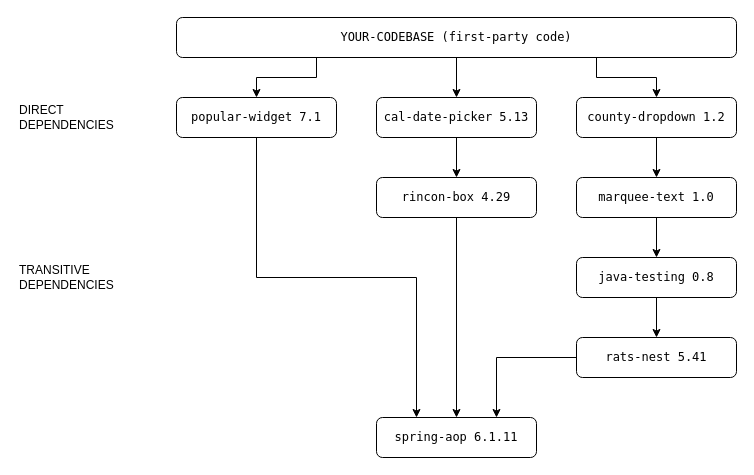
Before: Reachability.drawio in s-santillan/semgrep-docs-diagrams, a draw.io diagram. Source tidied: cells renumbered, new cells numbered last; positions are measured from the earlier drawing's top-left corner, leaving out a move shared by most shapes. Both pictures are drawn from the tidied source at 100%, with x=0, y=0 at pixel (17, 17).
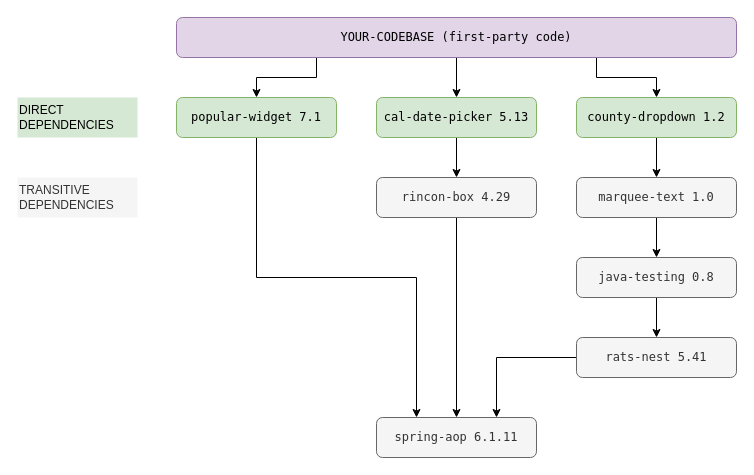
Above is the later version.

Diff of the diagram source:
```diff
@@
-    <mxCell id="2" value="spring-aop 6.1.11" style="whiteSpace=wrap;html=1;rounded=1;fontFamily=Lucida Console;" parent="1" vertex="1">
+    <mxCell id="2" value="spring-aop 6.1.11" style="whiteSpace=wrap;html=1;rounded=1;fontFamily=Lucida Console;fillColor=#f5f5f5;fontColor=#333333;strokeColor=#666666;" parent="1" vertex="1">
       <mxGeometry x="359" y="400" width="160" height="40" as="geometry" />
     </mxCell>
@@
-    <mxCell id="6" value="YOUR-CODEBASE (first-party code)" style="whiteSpace=wrap;html=1;rounded=1;fontFamily=Lucida Console;" parent="1" vertex="1">
+    <mxCell id="6" value="YOUR-CODEBASE (first-party code)" style="whiteSpace=wrap;html=1;rounded=1;fontFamily=Lucida Console;fillColor=#e1d5e7;strokeColor=#9673a6;" parent="1" vertex="1">
       <mxGeometry x="159" width="560" height="40" as="geometry" />
     </mxCell>
@@
-    <mxCell id="8" value="cal-date-picker 5.13" style="whiteSpace=wrap;html=1;rounded=1;fontFamily=Lucida Console;" parent="1" vertex="1">
+    <mxCell id="8" value="cal-date-picker 5.13" style="whiteSpace=wrap;html=1;rounded=1;fontFamily=Lucida Console;fillColor=#d5e8d4;strokeColor=#82b366;" parent="1" vertex="1">
       <mxGeometry x="359" y="80" width="160" height="40" as="geometry" />
     </mxCell>
@@
-    <mxCell id="10" value="popular-widget 7.1" style="whiteSpace=wrap;html=1;rounded=1;fontFamily=Lucida Console;" parent="1" vertex="1">
+    <mxCell id="10" value="popular-widget 7.1" style="whiteSpace=wrap;html=1;rounded=1;fontFamily=Lucida Console;fillColor=#d5e8d4;strokeColor=#82b366;" parent="1" vertex="1">
       <mxGeometry x="159" y="80" width="160" height="40" as="geometry" />
     </mxCell>
@@
-    <mxCell id="12" value="county-dropdown 1.2" style="whiteSpace=wrap;html=1;rounded=1;fontFamily=Lucida Console;" parent="1" vertex="1">
+    <mxCell id="12" value="county-dropdown 1.2" style="whiteSpace=wrap;html=1;rounded=1;fontFamily=Lucida Console;fillColor=#d5e8d4;strokeColor=#82b366;" parent="1" vertex="1">
       <mxGeometry x="559" y="80" width="160" height="40" as="geometry" />
     </mxCell>
@@
-    <mxCell id="14" value="rincon-box 4.29" style="whiteSpace=wrap;html=1;rounded=1;fontFamily=Lucida Console;" parent="1" vertex="1">
+    <mxCell id="14" value="rincon-box 4.29" style="whiteSpace=wrap;html=1;rounded=1;fontFamily=Lucida Console;fillColor=#f5f5f5;fontColor=#333333;strokeColor=#666666;" parent="1" vertex="1">
       <mxGeometry x="359" y="160" width="160" height="40" as="geometry" />
     </mxCell>
@@
-    <mxCell id="16" value="marquee-text 1.0" style="whiteSpace=wrap;html=1;rounded=1;fontFamily=Lucida Console;" parent="1" vertex="1">
+    <mxCell id="16" value="marquee-text 1.0" style="whiteSpace=wrap;html=1;rounded=1;fontFamily=Lucida Console;fillColor=#f5f5f5;fontColor=#333333;strokeColor=#666666;" parent="1" vertex="1">
       <mxGeometry x="559" y="160" width="160" height="40" as="geometry" />
     </mxCell>
@@
-    <mxCell id="18" value="java-testing 0.8" style="whiteSpace=wrap;html=1;rounded=1;fontFamily=Lucida Console;" parent="1" vertex="1">
+    <mxCell id="18" value="java-testing 0.8" style="whiteSpace=wrap;html=1;rounded=1;fontFamily=Lucida Console;fillColor=#f5f5f5;fontColor=#333333;strokeColor=#666666;" parent="1" vertex="1">
       <mxGeometry x="559" y="240" width="160" height="40" as="geometry" />
     </mxCell>
@@
-    <mxCell id="20" value="rats-nest 5.41" style="whiteSpace=wrap;html=1;rounded=1;fontFamily=Lucida Console;" parent="1" vertex="1">
+    <mxCell id="20" value="rats-nest 5.41" style="whiteSpace=wrap;html=1;rounded=1;fontFamily=Lucida Console;fillColor=#f5f5f5;fontColor=#333333;strokeColor=#666666;" parent="1" vertex="1">
       <mxGeometry x="559" y="320" width="160" height="40" as="geometry" />
     </mxCell>
-    <mxCell id="21" value="TRANSITIVE DEPENDENCIES" style="text;html=1;align=left;verticalAlign=middle;whiteSpace=wrap;rounded=0;" parent="1" vertex="1">
-      <mxGeometry y="240" width="120" height="40" as="geometry" />
+    <mxCell id="21" value="TRANSITIVE DEPENDENCIES" style="text;html=1;align=left;verticalAlign=middle;whiteSpace=wrap;rounded=0;fillColor=#f5f5f5;fontColor=#333333;strokeColor=none;" parent="1" vertex="1">
+      <mxGeometry y="160" width="120" height="40" as="geometry" />
     </mxCell>
-    <mxCell id="22" value="DIRECT DEPENDENCIES" style="text;html=1;align=left;verticalAlign=middle;whiteSpace=wrap;rounded=0;" parent="1" vertex="1">
+    <mxCell id="22" value="DIRECT DEPENDENCIES" style="text;html=1;align=left;verticalAlign=middle;whiteSpace=wrap;rounded=0;fillColor=#d5e8d4;strokeColor=none;" parent="1" vertex="1">
       <mxGeometry y="80" width="120" height="40" as="geometry" />
     </mxCell>
```
